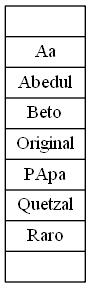
ByLy23/Scrabble_CPP keeps this Graphviz diagram as Inorden.png. Above is the earlier version. Its source is kept beside it as Inorden.dot.
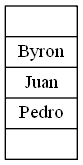
After the change.

Change to the diagram source:
```diff
@@ -1,4 +1,4 @@
 digraph graficaInorden{
  linkdir=LR
- arreglo[shape= record label= "{|Aa|Abedul|Beto|Original|PApa|Quetzal|Raro|}"];
+ arreglo[shape= record label= "{|Byron|Juan|Pedro|}"];
 }
```
